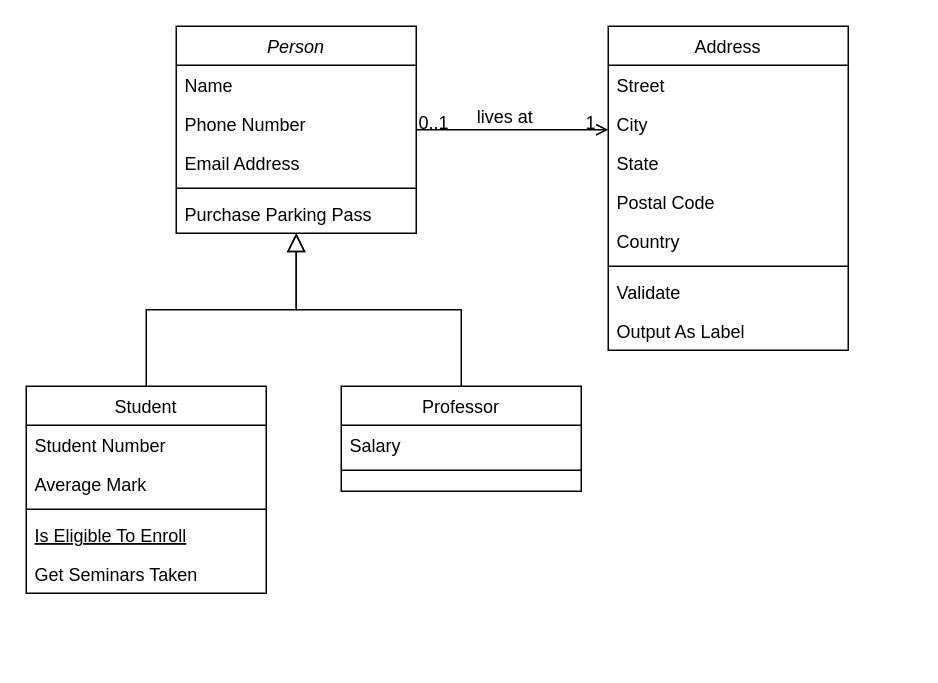
vitoriadelanachaves/uml_class_diagram keeps this draw.io diagram as redes.drawio. Above is the earlier version. Source tidied: cells renumbered, new cells numbered last; positions are measured from the earlier drawing's top-left corner, leaving out a move shared by most shapes. Both pictures are drawn from the tidied source at 150%, with x=0, y=0 at pixel (26, 26).
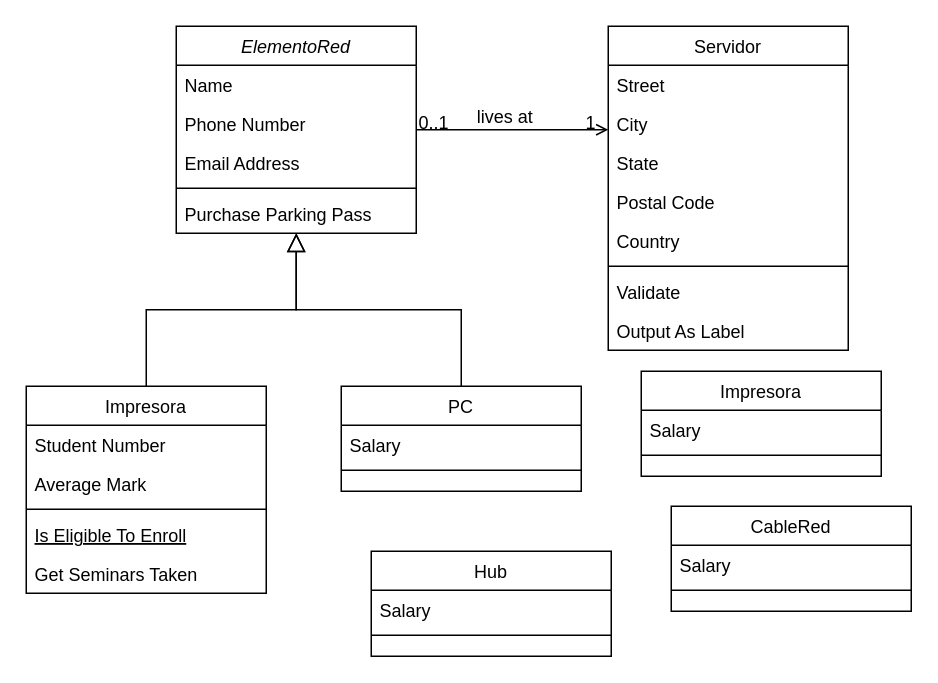
The same diagram, later.

Change to the diagram source:
```diff
@@
-    <mxCell id="2" value="Person" style="swimlane;fontStyle=2;align=center;verticalAlign=top;horizontal=1;startSize=26;rounded=0;shadow=0;strokeWidth=1;" parent="1" vertex="1">
+    <mxCell id="2" value="ElementoRed" style="swimlane;fontStyle=2;align=center;verticalAlign=top;horizontal=1;startSize=26;rounded=0;shadow=0;strokeWidth=1;" parent="1" vertex="1">
       <mxGeometry x="100" width="160" height="138" as="geometry" />
     </mxCell>
@@
-    <mxCell id="8" value="Student" style="swimlane;fontStyle=0;align=center;verticalAlign=top;horizontal=1;startSize=26;rounded=0;shadow=0;strokeWidth=1;" parent="1" vertex="1">
+    <mxCell id="8" value="Impresora" style="swimlane;fontStyle=0;align=center;verticalAlign=top;horizontal=1;startSize=26;rounded=0;shadow=0;strokeWidth=1;" parent="1" vertex="1">
       <mxGeometry y="240" width="160" height="138" as="geometry" />
     </mxCell>
@@
-    <mxCell id="15" value="Professor" style="swimlane;fontStyle=0;align=center;verticalAlign=top;horizontal=1;startSize=26;rounded=0;shadow=0;strokeWidth=1;" parent="1" vertex="1">
+    <mxCell id="15" value="PC" style="swimlane;fontStyle=0;align=center;verticalAlign=top;horizontal=1;startSize=26;rounded=0;shadow=0;strokeWidth=1;" parent="1" vertex="1">
       <mxGeometry x="210" y="240" width="160" height="70" as="geometry" />
     </mxCell>
@@
-    <mxCell id="19" value="Address" style="swimlane;fontStyle=0;align=center;verticalAlign=top;horizontal=1;startSize=26;rounded=0;shadow=0;strokeWidth=1;" parent="1" vertex="1">
+    <mxCell id="19" value="Servidor" style="swimlane;fontStyle=0;align=center;verticalAlign=top;horizontal=1;startSize=26;rounded=0;shadow=0;strokeWidth=1;" parent="1" vertex="1">
       <mxGeometry x="388" width="160" height="216" as="geometry" />
     </mxCell>
@@
+    <mxCell id="32" value="CableRed" style="swimlane;fontStyle=0;align=center;verticalAlign=top;horizontal=1;startSize=26;rounded=0;shadow=0;strokeWidth=1;" parent="1" vertex="1">
+      <mxGeometry x="430" y="320" width="160" height="70" as="geometry" />
+    </mxCell>
+    <mxCell id="33" value="Salary" style="text;align=left;verticalAlign=top;spacingLeft=4;spacingRight=4;overflow=hidden;" parent="32" vertex="1">
+      <mxGeometry y="26" width="160" height="26" as="geometry" />
+    </mxCell>
+    <mxCell id="34" style="line;html=1;strokeWidth=1;align=left;verticalAlign=middle;spacingTop=-1;spacingLeft=3;spacingRight=3;labelPosition=right;" parent="32" vertex="1">
+      <mxGeometry y="52" width="160" height="8" as="geometry" />
+    </mxCell>
+    <mxCell id="35" value="Hub" style="swimlane;fontStyle=0;align=center;verticalAlign=top;horizontal=1;startSize=26;rounded=0;shadow=0;strokeWidth=1;" parent="1" vertex="1">
+      <mxGeometry x="230" y="350" width="160" height="70" as="geometry" />
+    </mxCell>
+    <mxCell id="36" value="Salary" style="text;align=left;verticalAlign=top;spacingLeft=4;spacingRight=4;overflow=hidden;" parent="35" vertex="1">
+      <mxGeometry y="26" width="160" height="26" as="geometry" />
+    </mxCell>
+    <mxCell id="37" style="line;html=1;strokeWidth=1;align=left;verticalAlign=middle;spacingTop=-1;spacingLeft=3;spacingRight=3;labelPosition=right;" parent="35" vertex="1">
+      <mxGeometry y="52" width="160" height="8" as="geometry" />
+    </mxCell>
+    <mxCell id="38" value="Impresora" style="swimlane;fontStyle=0;align=center;verticalAlign=top;horizontal=1;startSize=26;rounded=0;shadow=0;strokeWidth=1;" parent="1" vertex="1">
+      <mxGeometry x="410" y="230" width="160" height="70" as="geometry" />
+    </mxCell>
+    <mxCell id="39" value="Salary" style="text;align=left;verticalAlign=top;spacingLeft=4;spacingRight=4;overflow=hidden;" parent="38" vertex="1">
+      <mxGeometry y="26" width="160" height="26" as="geometry" />
+    </mxCell>
+    <mxCell id="40" style="line;html=1;strokeWidth=1;align=left;verticalAlign=middle;spacingTop=-1;spacingLeft=3;spacingRight=3;labelPosition=right;" parent="38" vertex="1">
+      <mxGeometry y="52" width="160" height="8" as="geometry" />
+    </mxCell>
```
